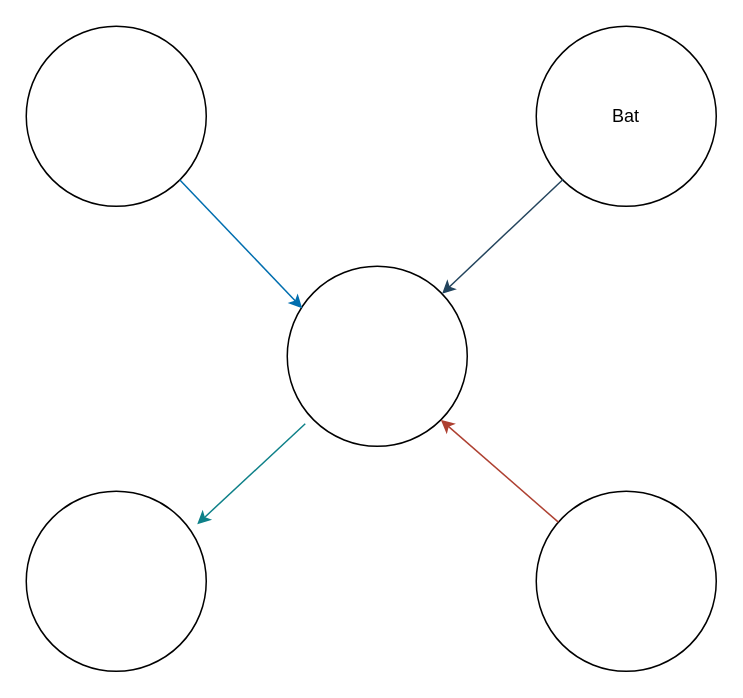
Above: diagrams/xml/CursoFlowCharting-Flujo-Nodos-KitSolar.drawio.xml in GATORU-ACADEMY/Curso-FlowCharting-Principiante-2023 (draw.io), before the change. Source tidied: cells renumbered, new cells numbered last; positions are measured from the earlier drawing's top-left corner, leaving out a move shared by most shapes. Both pictures are drawn from the tidied source at 150%, with x=0, y=0 at pixel (26, 26).
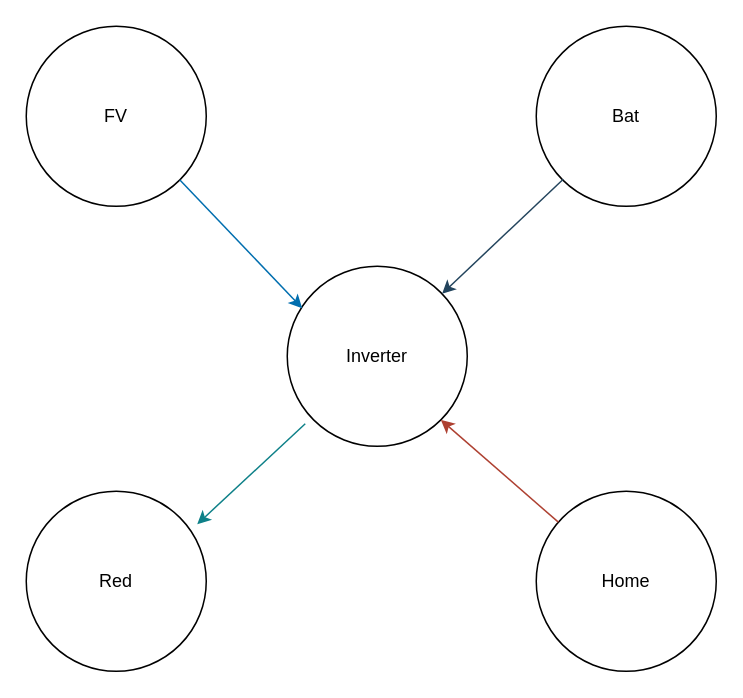
After the change.

Diff of the diagram source:
```diff
@@
 <mxGraphModel>
   <root>
     <mxCell id="0" />
     <mxCell id="1" parent="0" />
-    <mxCell id="2" style="ellipse;whiteSpace=wrap;html=1;" parent="1" vertex="1">
+    <mxCell id="2" value="Inverter" style="ellipse;whiteSpace=wrap;html=1;" parent="1" vertex="1">
       <mxGeometry x="174" y="160" width="120" height="120" as="geometry" />
     </mxCell>
-    <mxCell id="3" style="ellipse;whiteSpace=wrap;html=1;" parent="1" vertex="1">
+    <mxCell id="3" value="Red" style="ellipse;whiteSpace=wrap;html=1;" parent="1" vertex="1">
       <mxGeometry y="310" width="120" height="120" as="geometry" />
     </mxCell>
-    <mxCell id="4" style="ellipse;whiteSpace=wrap;html=1;fillColor=default;" parent="1" vertex="1">
+    <mxCell id="4" value="Home" style="ellipse;whiteSpace=wrap;html=1;fillColor=default;" parent="1" vertex="1">
       <mxGeometry x="340" y="310" width="120" height="120" as="geometry" />
     </mxCell>
-    <mxCell id="5" style="ellipse;whiteSpace=wrap;html=1;fillOpacity=100;" parent="1" vertex="1">
+    <mxCell id="5" value="FV" style="ellipse;whiteSpace=wrap;html=1;fillOpacity=100;" parent="1" vertex="1">
       <mxGeometry width="120" height="120" as="geometry" />
     </mxCell>
     <mxCell id="6" value="Bat" style="ellipse;whiteSpace=wrap;html=1;snapToPoint=1;" parent="1" vertex="1">
       <mxGeometry x="340" width="120" height="120" as="geometry" />
     </mxCell>
     <mxCell id="7" style="endArrow=classic;html=1;rounded=0;exitX=1;exitY=1;exitDx=0;exitDy=0;entryX=0.083;entryY=0.233;entryDx=0;entryDy=0;entryPerimeter=0;flowAnimation=1;fillColor=#1ba1e2;strokeColor=#006EAF;" parent="1" edge="1" source="5" target="2">
       <mxGeometry relative="1" as="geometry" />
     </mxCell>
     <mxCell id="8" style="endArrow=classic;html=1;rounded=0;flowAnimation=1;fillColor=#bac8d3;strokeColor=#23445d;" parent="1" edge="1" source="6" target="2">
       <mxGeometry relative="1" as="geometry" />
     </mxCell>
     <mxCell id="9" style="endArrow=classic;html=1;rounded=0;exitX=0.1;exitY=0.875;exitDx=0;exitDy=0;exitPerimeter=0;entryX=0.95;entryY=0.183;entryDx=0;entryDy=0;entryPerimeter=0;fillColor=#b0e3e6;strokeColor=#0e8088;" parent="1" edge="1" source="2" target="3">
       <mxGeometry relative="1" as="geometry" />
     </mxCell>
     <mxCell id="10" style="endArrow=classic;html=1;rounded=0;entryX=1;entryY=1;entryDx=0;entryDy=0;fillColor=#fad9d5;strokeColor=#ae4132;" parent="1" edge="1" source="4" target="2">
       <mxGeometry relative="1" as="geometry" />
     </mxCell>
   </root>
 </mxGraphModel>
```
